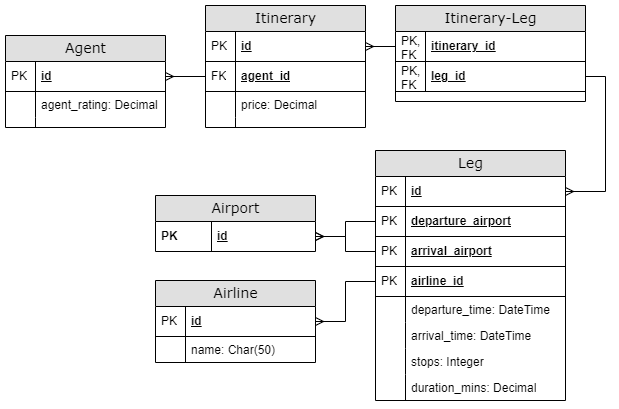
Before: Relational model.png, a diagram exported from draw.io (jpcorreap/backend-assesment). Source tidied: cells renumbered, new cells last; positions are measured from the earlier drawing's top-left corner, leaving out a move shared by most shapes.
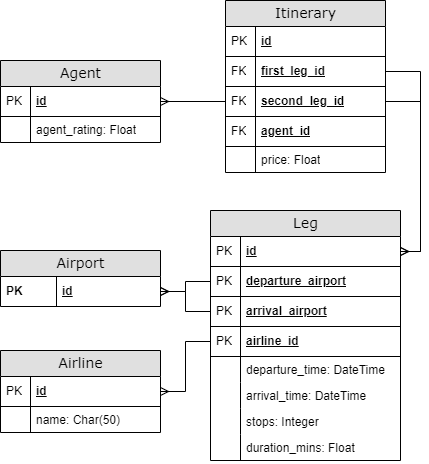
The same file after the commit.

Diff of the diagram source:
```diff
@@ -3,7 +3,7 @@
     <mxCell id="0" />
     <mxCell id="1" parent="0" />
     <mxCell id="2" value="Itinerary" style="swimlane;html=1;fontStyle=0;horizontal=1;startSize=26;fillColor=#e0e0e0;swimlaneFillColor=#ffffff;align=center;rounded=0;shadow=0;comic=0;labelBackgroundColor=none;strokeWidth=1;fontFamily=Verdana;fontSize=14;swimlaneLine=1;" parent="1" vertex="1">
-      <mxGeometry x="200" width="160" height="122" as="geometry" />
+      <mxGeometry x="225" y="-5" width="160" height="172" as="geometry" />
     </mxCell>
     <mxCell id="3" value="id" style="shape=partialRectangle;top=0;left=0;right=0;bottom=1;html=1;align=left;verticalAlign=middle;fillColor=none;spacingLeft=34;spacingRight=4;whiteSpace=wrap;overflow=hidden;points=[[0,0.5],[1,0.5]];portConstraint=eastwest;fontStyle=5;" parent="2" vertex="1">
       <mxGeometry y="26" width="160" height="30" as="geometry" />
@@ -11,26 +11,32 @@
     <mxCell id="4" value="PK" style="shape=partialRectangle;top=0;left=0;bottom=0;html=1;fillColor=none;align=left;verticalAlign=middle;spacingLeft=4;spacingRight=4;whiteSpace=wrap;overflow=hidden;" parent="3" vertex="1">
       <mxGeometry width="30" height="30" as="geometry" />
     </mxCell>
+    <mxCell id="54" value="first_leg_id" style="shape=partialRectangle;top=0;left=0;right=0;bottom=1;html=1;align=left;verticalAlign=middle;fillColor=none;spacingLeft=34;spacingRight=4;whiteSpace=wrap;overflow=hidden;points=[[0,0.5],[1,0.5]];portConstraint=eastwest;fontStyle=5;" parent="2" vertex="1">
+      <mxGeometry y="56" width="160" height="30" as="geometry" />
+    </mxCell>
+    <mxCell id="55" value="FK" style="shape=partialRectangle;top=0;left=0;bottom=0;html=1;fillColor=none;align=left;verticalAlign=middle;spacingLeft=4;spacingRight=4;whiteSpace=wrap;overflow=hidden;" parent="54" vertex="1">
+      <mxGeometry width="30" height="30" as="geometry" />
+    </mxCell>
-    <mxCell id="5" value="agent_id" style="shape=partialRectangle;top=0;left=0;right=0;bottom=1;html=1;align=left;verticalAlign=middle;fillColor=none;spacingLeft=34;spacingRight=4;whiteSpace=wrap;overflow=hidden;points=[[0,0.5],[1,0.5]];portConstraint=eastwest;fontStyle=5;" parent="2" vertex="1">
-      <mxGeometry y="56" width="160" height="30" as="geometry" />
+    <mxCell id="5" value="second_leg_id" style="shape=partialRectangle;top=0;left=0;right=0;bottom=1;html=1;align=left;verticalAlign=middle;fillColor=none;spacingLeft=34;spacingRight=4;whiteSpace=wrap;overflow=hidden;points=[[0,0.5],[1,0.5]];portConstraint=eastwest;fontStyle=5;" parent="2" vertex="1">
+      <mxGeometry y="86" width="160" height="30" as="geometry" />
     </mxCell>
     <mxCell id="6" value="FK" style="shape=partialRectangle;top=0;left=0;bottom=0;html=1;fillColor=none;align=left;verticalAlign=middle;spacingLeft=4;spacingRight=4;whiteSpace=wrap;overflow=hidden;" parent="5" vertex="1">
       <mxGeometry width="30" height="30" as="geometry" />
     </mxCell>
+    <mxCell id="56" value="agent_id" style="shape=partialRectangle;top=0;left=0;right=0;bottom=1;html=1;align=left;verticalAlign=middle;fillColor=none;spacingLeft=34;spacingRight=4;whiteSpace=wrap;overflow=hidden;fontStyle=5;" parent="2" vertex="1">
+      <mxGeometry y="116" width="160" height="30" as="geometry" />
+    </mxCell>
+    <mxCell id="57" value="FK" style="shape=partialRectangle;top=0;left=0;bottom=0;html=1;fillColor=none;align=left;verticalAlign=middle;spacingLeft=4;spacingRight=4;whiteSpace=wrap;overflow=hidden;" parent="56" vertex="1">
+      <mxGeometry width="30" height="30" as="geometry" />
+    </mxCell>
-    <mxCell id="7" value="price: Decimal" style="shape=partialRectangle;top=0;left=0;right=0;bottom=0;html=1;align=left;verticalAlign=top;fillColor=none;spacingLeft=34;spacingRight=4;whiteSpace=wrap;overflow=hidden;" parent="2" vertex="1">
-      <mxGeometry y="86" width="160" height="26" as="geometry" />
+    <mxCell id="7" value="price: Float" style="shape=partialRectangle;top=0;left=0;right=0;bottom=0;html=1;align=left;verticalAlign=top;fillColor=none;spacingLeft=34;spacingRight=4;whiteSpace=wrap;overflow=hidden;" parent="2" vertex="1">
+      <mxGeometry y="146" width="160" height="26" as="geometry" />
     </mxCell>
     <mxCell id="8" style="shape=partialRectangle;top=0;left=0;bottom=0;html=1;fillColor=none;align=left;verticalAlign=top;spacingLeft=4;spacingRight=4;whiteSpace=wrap;overflow=hidden;" parent="7" vertex="1">
       <mxGeometry width="30" height="26" as="geometry" />
     </mxCell>
-    <mxCell id="9" style="shape=partialRectangle;top=0;left=0;right=0;bottom=0;html=1;align=left;verticalAlign=top;fillColor=none;spacingLeft=34;spacingRight=4;whiteSpace=wrap;overflow=hidden;" parent="2" vertex="1">
-      <mxGeometry y="112" width="160" height="10" as="geometry" />
-    </mxCell>
-    <mxCell id="10" style="shape=partialRectangle;top=0;left=0;bottom=0;html=1;fillColor=none;align=left;verticalAlign=top;spacingLeft=4;spacingRight=4;whiteSpace=wrap;overflow=hidden;" parent="9" vertex="1">
-      <mxGeometry width="30" height="10" as="geometry" />
-    </mxCell>
     <mxCell id="11" value="Leg" style="swimlane;html=1;fontStyle=0;horizontal=1;startSize=26;fillColor=#e0e0e0;swimlaneFillColor=#ffffff;align=center;rounded=0;shadow=0;comic=0;labelBackgroundColor=none;strokeWidth=1;fontFamily=Verdana;fontSize=14;" parent="1" vertex="1">
-      <mxGeometry x="370" y="145" width="190" height="250" as="geometry" />
+      <mxGeometry x="210" y="205" width="190" height="250" as="geometry" />
     </mxCell>
     <mxCell id="12" value="id" style="shape=partialRectangle;top=0;left=0;right=0;bottom=1;html=1;align=left;verticalAlign=middle;fillColor=none;spacingLeft=34;spacingRight=4;whiteSpace=wrap;overflow=hidden;points=[[0,0.5],[1,0.5]];portConstraint=eastwest;fontStyle=5;" parent="11" vertex="1">
       <mxGeometry y="26" width="190" height="30" as="geometry" />
@@ -56,32 +62,32 @@
     <mxCell id="19" value="PK" style="shape=partialRectangle;top=0;left=0;bottom=0;html=1;fillColor=none;align=left;verticalAlign=middle;spacingLeft=4;spacingRight=4;whiteSpace=wrap;overflow=hidden;" parent="18" vertex="1">
       <mxGeometry width="30" height="30" as="geometry" />
     </mxCell>
-    <mxCell id="20" value="departure_time: DateTime" style="shape=partialRectangle;top=0;left=0;right=0;bottom=0;html=1;align=left;verticalAlign=top;fillColor=none;spacingLeft=34;spacingRight=4;whiteSpace=wrap;overflow=hidden;" parent="11" vertex="1">
+    <mxCell id="20" value="departure_time: DateTime" style="shape=partialRectangle;top=0;left=0;right=0;bottom=0;html=1;align=left;verticalAlign=top;fillColor=none;spacingLeft=34;spacingRight=4;whiteSpace=wrap;overflow=hidden;labelBorderColor=none;labelBackgroundColor=none;" parent="11" vertex="1">
       <mxGeometry y="146" width="190" height="26" as="geometry" />
     </mxCell>
     <mxCell id="21" style="shape=partialRectangle;top=0;left=0;bottom=0;html=1;fillColor=none;align=left;verticalAlign=top;spacingLeft=4;spacingRight=4;whiteSpace=wrap;overflow=hidden;" parent="20" vertex="1">
       <mxGeometry width="30" height="26" as="geometry" />
     </mxCell>
-    <mxCell id="22" value="arrival_time: DateTime" style="shape=partialRectangle;top=0;left=0;right=0;bottom=0;html=1;align=left;verticalAlign=top;fillColor=none;spacingLeft=34;spacingRight=4;whiteSpace=wrap;overflow=hidden;" parent="11" vertex="1">
+    <mxCell id="22" value="arrival_time: DateTime" style="shape=partialRectangle;top=0;left=0;right=0;bottom=0;html=1;align=left;verticalAlign=top;fillColor=none;spacingLeft=34;spacingRight=4;whiteSpace=wrap;overflow=hidden;labelBorderColor=none;labelBackgroundColor=none;" parent="11" vertex="1">
       <mxGeometry y="172" width="190" height="26" as="geometry" />
     </mxCell>
     <mxCell id="23" style="shape=partialRectangle;top=0;left=0;bottom=0;html=1;fillColor=none;align=left;verticalAlign=top;spacingLeft=4;spacingRight=4;whiteSpace=wrap;overflow=hidden;" parent="22" vertex="1">
       <mxGeometry width="30" height="26" as="geometry" />
     </mxCell>
-    <mxCell id="24" value="stops: Integer" style="shape=partialRectangle;top=0;left=0;right=0;bottom=0;html=1;align=left;verticalAlign=top;fillColor=none;spacingLeft=34;spacingRight=4;whiteSpace=wrap;overflow=hidden;" parent="11" vertex="1">
+    <mxCell id="24" value="stops: Integer" style="shape=partialRectangle;top=0;left=0;right=0;bottom=0;html=1;align=left;verticalAlign=top;fillColor=none;spacingLeft=34;spacingRight=4;whiteSpace=wrap;overflow=hidden;labelBorderColor=none;labelBackgroundColor=none;" parent="11" vertex="1">
       <mxGeometry y="198" width="190" height="26" as="geometry" />
     </mxCell>
     <mxCell id="25" style="shape=partialRectangle;top=0;left=0;bottom=0;html=1;fillColor=none;align=left;verticalAlign=top;spacingLeft=4;spacingRight=4;whiteSpace=wrap;overflow=hidden;" parent="24" vertex="1">
       <mxGeometry width="30" height="26" as="geometry" />
     </mxCell>
-    <mxCell id="26" value="duration_mins: Decimal" style="shape=partialRectangle;top=0;left=0;right=0;bottom=0;html=1;align=left;verticalAlign=top;fillColor=none;spacingLeft=34;spacingRight=4;whiteSpace=wrap;overflow=hidden;" parent="11" vertex="1">
+    <mxCell id="26" value="duration_mins: Float" style="shape=partialRectangle;top=0;left=0;right=0;bottom=0;html=1;align=left;verticalAlign=top;fillColor=none;spacingLeft=34;spacingRight=4;whiteSpace=wrap;overflow=hidden;labelBorderColor=none;labelBackgroundColor=none;" parent="11" vertex="1">
       <mxGeometry y="224" width="190" height="26" as="geometry" />
     </mxCell>
     <mxCell id="27" style="shape=partialRectangle;top=0;left=0;bottom=0;html=1;fillColor=none;align=left;verticalAlign=top;spacingLeft=4;spacingRight=4;whiteSpace=wrap;overflow=hidden;" parent="26" vertex="1">
       <mxGeometry width="30" height="26" as="geometry" />
     </mxCell>
     <mxCell id="28" value="Airline" style="swimlane;html=1;fontStyle=0;horizontal=1;startSize=26;fillColor=#e0e0e0;swimlaneFillColor=#ffffff;align=center;rounded=0;shadow=0;comic=0;labelBackgroundColor=none;strokeWidth=1;fontFamily=Verdana;fontSize=14;" parent="1" vertex="1">
-      <mxGeometry x="150" y="275" width="160" height="82" as="geometry" />
+      <mxGeometry y="345" width="160" height="82" as="geometry" />
     </mxCell>
     <mxCell id="29" value="id" style="shape=partialRectangle;top=0;left=0;right=0;bottom=1;html=1;align=left;verticalAlign=middle;fillColor=none;spacingLeft=34;spacingRight=4;whiteSpace=wrap;overflow=hidden;points=[[0,0.5],[1,0.5]];portConstraint=eastwest;fontStyle=5;" parent="28" vertex="1">
       <mxGeometry y="26" width="160" height="30" as="geometry" />
@@ -96,7 +102,7 @@
       <mxGeometry width="30" height="26" as="geometry" />
     </mxCell>
     <mxCell id="33" value="Airport" style="swimlane;html=1;fontStyle=0;horizontal=1;startSize=26;fillColor=#e0e0e0;swimlaneFillColor=#ffffff;align=center;rounded=0;shadow=0;comic=0;labelBackgroundColor=none;strokeWidth=1;fontFamily=Verdana;fontSize=14;" parent="1" vertex="1">
-      <mxGeometry x="150" y="190" width="160" height="56" as="geometry" />
+      <mxGeometry y="245" width="160" height="56" as="geometry" />
     </mxCell>
     <mxCell id="34" value="id" style="shape=partialRectangle;top=0;left=0;right=0;bottom=0;html=1;align=left;verticalAlign=middle;fillColor=none;spacingLeft=60;spacingRight=4;whiteSpace=wrap;overflow=hidden;points=[[0,0.5],[1,0.5]];portConstraint=eastwest;fontStyle=5;" parent="33" vertex="1">
       <mxGeometry y="26" width="160" height="30" as="geometry" />
@@ -105,7 +111,7 @@
       <mxGeometry width="56" height="30" as="geometry" />
     </mxCell>
     <mxCell id="36" value="Agent" style="swimlane;html=1;fontStyle=0;horizontal=1;startSize=26;fillColor=#e0e0e0;swimlaneFillColor=#ffffff;align=center;rounded=0;shadow=0;comic=0;labelBackgroundColor=none;strokeWidth=1;fontFamily=Verdana;fontSize=14;swimlaneLine=1;" parent="1" vertex="1">
-      <mxGeometry y="30" width="160" height="92" as="geometry" />
+      <mxGeometry y="55" width="160" height="82" as="geometry" />
     </mxCell>
     <mxCell id="37" value="id" style="shape=partialRectangle;top=0;left=0;right=0;bottom=1;html=1;align=left;verticalAlign=middle;fillColor=none;spacingLeft=34;spacingRight=4;whiteSpace=wrap;overflow=hidden;points=[[0,0.5],[1,0.5]];portConstraint=eastwest;fontStyle=5;" parent="36" vertex="1">
       <mxGeometry y="26" width="160" height="30" as="geometry" />
@@ -113,18 +119,12 @@
     <mxCell id="38" value="PK" style="shape=partialRectangle;top=0;left=0;bottom=0;html=1;fillColor=none;align=left;verticalAlign=middle;spacingLeft=4;spacingRight=4;whiteSpace=wrap;overflow=hidden;" parent="37" vertex="1">
       <mxGeometry width="30" height="30" as="geometry" />
     </mxCell>
-    <mxCell id="39" value="agent_rating: Decimal" style="shape=partialRectangle;top=0;left=0;right=0;bottom=0;html=1;align=left;verticalAlign=top;fillColor=none;spacingLeft=34;spacingRight=4;whiteSpace=wrap;overflow=hidden;" parent="36" vertex="1">
+    <mxCell id="39" value="agent_rating: Float" style="shape=partialRectangle;top=0;left=0;right=0;bottom=0;html=1;align=left;verticalAlign=top;fillColor=none;spacingLeft=34;spacingRight=4;whiteSpace=wrap;overflow=hidden;" parent="36" vertex="1">
       <mxGeometry y="56" width="160" height="26" as="geometry" />
     </mxCell>
     <mxCell id="40" style="shape=partialRectangle;top=0;left=0;bottom=0;html=1;fillColor=none;align=left;verticalAlign=top;spacingLeft=4;spacingRight=4;whiteSpace=wrap;overflow=hidden;" parent="39" vertex="1">
       <mxGeometry width="30" height="26" as="geometry" />
     </mxCell>
-    <mxCell id="41" style="shape=partialRectangle;top=0;left=0;right=0;bottom=0;html=1;align=left;verticalAlign=top;fillColor=none;spacingLeft=34;spacingRight=4;whiteSpace=wrap;overflow=hidden;" parent="36" vertex="1">
-      <mxGeometry y="82" width="160" height="10" as="geometry" />
-    </mxCell>
-    <mxCell id="42" style="shape=partialRectangle;top=0;left=0;bottom=0;html=1;fillColor=none;align=left;verticalAlign=top;spacingLeft=4;spacingRight=4;whiteSpace=wrap;overflow=hidden;" parent="41" vertex="1">
-      <mxGeometry width="30" height="10" as="geometry" />
-    </mxCell>
     <mxCell id="43" style="edgeStyle=orthogonalEdgeStyle;rounded=0;jettySize=auto;html=1;entryX=1;entryY=0.5;entryDx=0;entryDy=0;endArrow=ERmany;endFill=0;" parent="1" edge="1" source="5" target="37">
       <mxGeometry relative="1" as="geometry" />
     </mxCell>
@@ -137,31 +137,21 @@
     <mxCell id="46" style="edgeStyle=orthogonalEdgeStyle;rounded=0;jettySize=auto;html=1;entryX=1;entryY=0.5;entryDx=0;entryDy=0;endArrow=ERmany;endFill=0;" parent="1" edge="1" source="16" target="34">
       <mxGeometry relative="1" as="geometry" />
     </mxCell>
-    <mxCell id="47" value="Itinerary-Leg" style="swimlane;html=1;fontStyle=0;horizontal=1;startSize=26;fillColor=#e0e0e0;swimlaneFillColor=#ffffff;align=center;rounded=0;shadow=0;comic=0;labelBackgroundColor=none;strokeWidth=1;fontFamily=Verdana;fontSize=14;" parent="1" vertex="1">
-      <mxGeometry x="390" width="190" height="96" as="geometry" />
-    </mxCell>
-    <mxCell id="48" value="itinerary_id" style="shape=partialRectangle;top=0;left=0;right=0;bottom=1;html=1;align=left;verticalAlign=middle;fillColor=none;spacingLeft=34;spacingRight=4;whiteSpace=wrap;overflow=hidden;points=[[0,0.5],[1,0.5]];portConstraint=eastwest;fontStyle=5;" parent="47" vertex="1">
-      <mxGeometry y="26" width="190" height="30" as="geometry" />
-    </mxCell>
-    <mxCell id="49" value="PK, FK" style="shape=partialRectangle;top=0;left=0;bottom=0;html=1;fillColor=none;align=left;verticalAlign=middle;spacingLeft=4;spacingRight=4;whiteSpace=wrap;overflow=hidden;" parent="48" vertex="1">
-      <mxGeometry width="30" height="30" as="geometry" />
-    </mxCell>
-    <mxCell id="50" value="leg_id" style="shape=partialRectangle;top=0;left=0;right=0;bottom=1;html=1;align=left;verticalAlign=middle;fillColor=none;spacingLeft=34;spacingRight=4;whiteSpace=wrap;overflow=hidden;points=[[0,0.5],[1,0.5]];portConstraint=eastwest;fontStyle=5;" parent="47" vertex="1">
-      <mxGeometry y="56" width="190" height="30" as="geometry" />
-    </mxCell>
-    <mxCell id="51" value="PK, FK" style="shape=partialRectangle;top=0;left=0;bottom=0;html=1;fillColor=none;align=left;verticalAlign=middle;spacingLeft=4;spacingRight=4;whiteSpace=wrap;overflow=hidden;" parent="50" vertex="1">
-      <mxGeometry width="30" height="30" as="geometry" />
-    </mxCell>
-    <mxCell id="52" style="edgeStyle=orthogonalEdgeStyle;rounded=0;jettySize=auto;html=1;entryX=1;entryY=0.5;entryDx=0;entryDy=0;endArrow=ERmany;endFill=0;" parent="1" edge="1" source="48" target="3">
-      <mxGeometry relative="1" as="geometry" />
-    </mxCell>
-    <mxCell id="53" style="edgeStyle=orthogonalEdgeStyle;rounded=0;jettySize=auto;html=1;entryX=1;entryY=0.5;entryDx=0;entryDy=0;endArrow=ERmany;endFill=0;" parent="1" edge="1" source="50" target="12">
-      <mxGeometry relative="1" as="geometry">
-        <Array as="points">
-          <mxPoint x="600" y="71" />
-          <mxPoint x="600" y="186" />
-        </Array>
-      </mxGeometry>
-    </mxCell>
+    <mxCell id="58" style="edgeStyle=orthogonalEdgeStyle;rounded=0;jettySize=auto;html=1;entryX=1;entryY=0.5;entryDx=0;entryDy=0;endArrow=none;endFill=0;startArrow=ERmany;startFill=0;" parent="1" edge="1" source="12" target="54">
+      <mxGeometry relative="1" as="geometry">
+        <Array as="points">
+          <mxPoint x="420" y="246" />
+          <mxPoint x="420" y="66" />
+        </Array>
+      </mxGeometry>
+    </mxCell>
+    <mxCell id="59" style="edgeStyle=orthogonalEdgeStyle;rounded=0;jettySize=auto;html=1;entryX=1;entryY=0.5;entryDx=0;entryDy=0;startArrow=ERmany;startFill=0;endArrow=none;endFill=0;" parent="1" edge="1" source="12" target="5">
+      <mxGeometry relative="1" as="geometry">
+        <Array as="points">
+          <mxPoint x="420" y="246" />
+          <mxPoint x="420" y="96" />
+        </Array>
+      </mxGeometry>
+    </mxCell>
   </root>
 </mxGraphModel>
```
